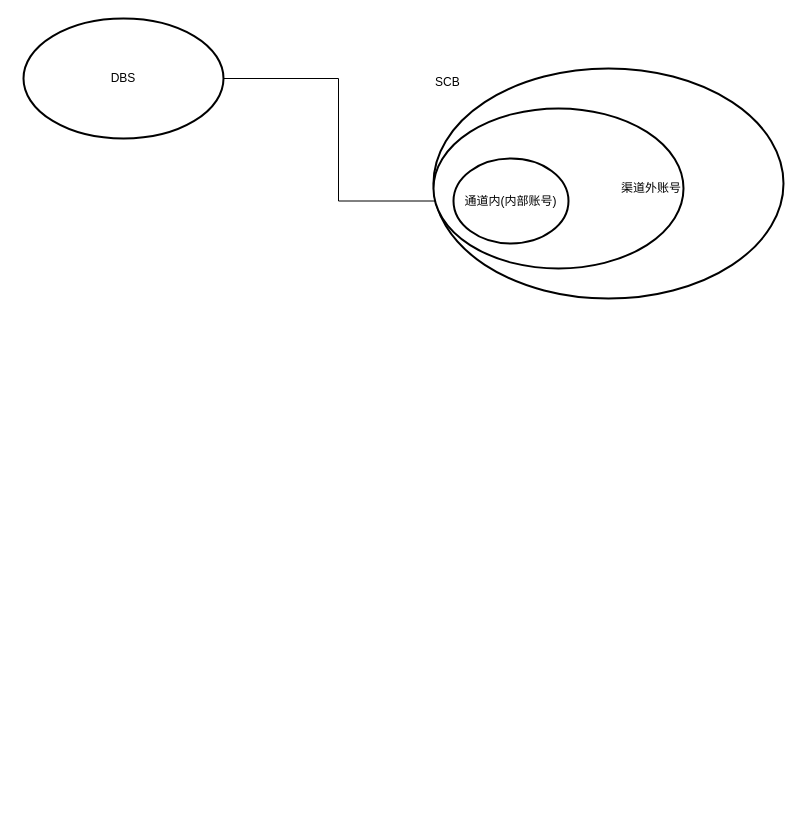
Earlier version of the draw.io diagram LLSI/支付通道付款路由.drawio (0573xieguojia/To-program). Source tidied: cells renumbered, new cells numbered last; positions are measured from the earlier drawing's top-left corner, leaving out a move shared by most shapes. Both pictures are drawn from the tidied source at 100%, with x=0, y=0 at pixel (23, 18).
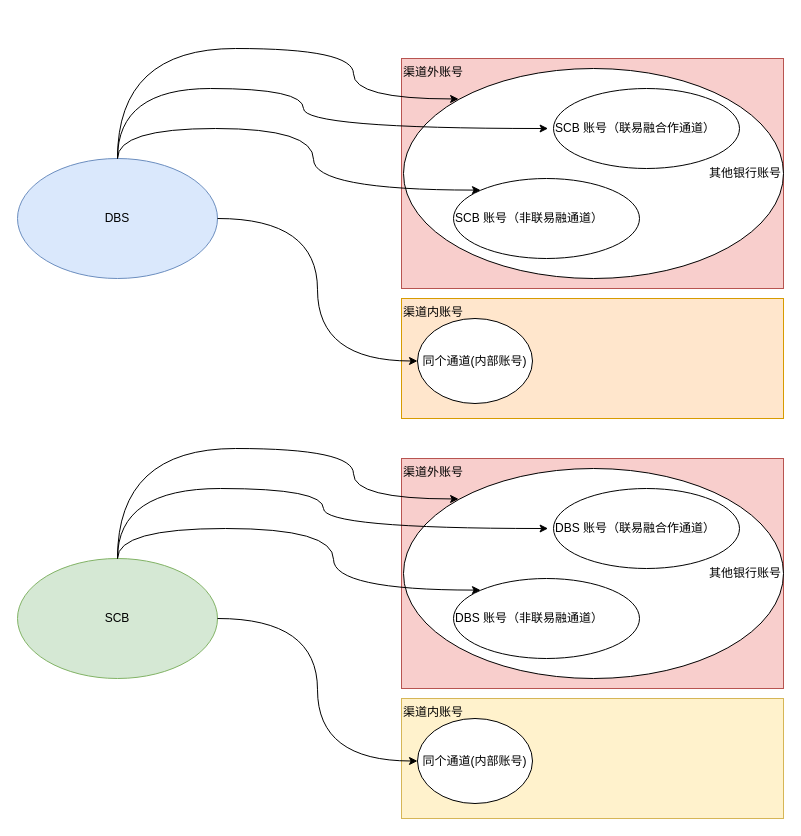
Above is the later version.

Commit message:
更新支付通道付款路由.drawio

What changed in the source:
```diff
@@
+    <mxCell id="7" value="渠道内账号" style="text;html=1;strokeColor=#d79b00;fillColor=#ffe6cc;align=left;verticalAlign=top;whiteSpace=wrap;rounded=0;strokeWidth=1;" parent="1" vertex="1">
+      <mxGeometry x="378" y="280" width="382" height="120" as="geometry" />
+    </mxCell>
+    <mxCell id="8" value="渠道外账号" style="text;html=1;strokeColor=#b85450;fillColor=#f8cecc;align=left;verticalAlign=top;whiteSpace=wrap;rounded=0;strokeWidth=1;" parent="1" vertex="1">
+      <mxGeometry x="378" y="40" width="382" height="230" as="geometry" />
+    </mxCell>
-    <mxCell id="2" value="SCB" style="strokeWidth=2;html=1;shape=mxgraph.flowchart.start_1;whiteSpace=wrap;align=left;horizontal=1;verticalAlign=top;" parent="1" vertex="1">
-      <mxGeometry x="410" y="50" width="350" height="230" as="geometry" />
+    <mxCell id="2" value="其他银行账号" style="strokeWidth=1;html=1;shape=mxgraph.flowchart.start_1;whiteSpace=wrap;align=right;horizontal=1;verticalAlign=middle;" parent="1" vertex="1">
+      <mxGeometry x="380" y="50" width="380" height="210" as="geometry" />
     </mxCell>
-    <mxCell id="3" style="edgeStyle=orthogonalEdgeStyle;rounded=0;jettySize=auto;html=1;entryX=0;entryY=0.5;entryDx=0;entryDy=0;entryPerimeter=0;" parent="1" edge="1" source="4" target="6">
-      <mxGeometry relative="1" as="geometry" />
-    </mxCell>
-    <mxCell id="4" value="DBS" style="strokeWidth=2;html=1;shape=mxgraph.flowchart.start_1;whiteSpace=wrap;align=center;horizontal=1;verticalAlign=middle;" parent="1" vertex="1">
-      <mxGeometry width="200" height="120" as="geometry" />
+    <mxCell id="4" value="DBS" style="strokeWidth=1;html=1;shape=mxgraph.flowchart.start_1;whiteSpace=wrap;align=center;horizontal=1;verticalAlign=middle;fillColor=#dae8fc;strokeColor=#6c8ebf;" parent="1" vertex="1">
+      <mxGeometry x="-6" y="140" width="200" height="120" as="geometry" />
     </mxCell>
-    <mxCell id="5" value="渠道外账号" style="strokeWidth=2;html=1;shape=mxgraph.flowchart.start_1;whiteSpace=wrap;align=right;" parent="1" vertex="1">
-      <mxGeometry x="410" y="90" width="250" height="160" as="geometry" />
+    <mxCell id="5" value="SCB 账号（联易融合作通道）" style="strokeWidth=1;html=1;shape=mxgraph.flowchart.start_1;whiteSpace=wrap;align=left;" parent="1" vertex="1">
+      <mxGeometry x="530" y="70" width="186" height="80" as="geometry" />
     </mxCell>
-    <mxCell id="6" value="通道内(内部账号)" style="strokeWidth=2;html=1;shape=mxgraph.flowchart.start_1;whiteSpace=wrap;" parent="1" vertex="1">
-      <mxGeometry x="430" y="140" width="115" height="85" as="geometry" />
+    <mxCell id="6" value="同个通道(内部账号)" style="strokeWidth=1;html=1;shape=mxgraph.flowchart.start_1;whiteSpace=wrap;" parent="1" vertex="1">
+      <mxGeometry x="394" y="300" width="115" height="85" as="geometry" />
     </mxCell>
+    <mxCell id="3" style="edgeStyle=orthogonalEdgeStyle;rounded=0;jettySize=auto;html=1;entryX=0;entryY=0.5;entryDx=0;entryDy=0;entryPerimeter=0;curved=1;strokeWidth=1;" parent="1" edge="1" source="4" target="6">
+      <mxGeometry relative="1" as="geometry" />
+    </mxCell>
+    <mxCell id="9" style="edgeStyle=orthogonalEdgeStyle;rounded=0;jettySize=auto;html=1;entryX=0.145;entryY=0.145;entryDx=0;entryDy=0;entryPerimeter=0;curved=1;exitX=0.5;exitY=0;exitDx=0;exitDy=0;exitPerimeter=0;strokeWidth=1;" parent="1" edge="1" source="4" target="2">
+      <mxGeometry relative="1" as="geometry">
+        <Array as="points">
+          <mxPoint x="94" y="30" />
+          <mxPoint x="330" y="30" />
+          <mxPoint x="330" y="80" />
+        </Array>
+      </mxGeometry>
+    </mxCell>
+    <mxCell id="10" style="edgeStyle=orthogonalEdgeStyle;rounded=0;jettySize=auto;html=1;entryX=-0.029;entryY=0.5;entryDx=0;entryDy=0;entryPerimeter=0;curved=1;exitX=0.5;exitY=0;exitDx=0;exitDy=0;exitPerimeter=0;strokeWidth=1;" parent="1" edge="1" source="4" target="5">
+      <mxGeometry relative="1" as="geometry">
+        <Array as="points">
+          <mxPoint x="94" y="70" />
+          <mxPoint x="280" y="70" />
+          <mxPoint x="280" y="110" />
+        </Array>
+      </mxGeometry>
+    </mxCell>
+    <mxCell id="11" value="SCB 账号（非联易融通道）" style="strokeWidth=1;html=1;shape=mxgraph.flowchart.start_1;whiteSpace=wrap;align=left;" parent="1" vertex="1">
+      <mxGeometry x="430" y="160" width="186" height="80" as="geometry" />
+    </mxCell>
+    <mxCell id="12" style="edgeStyle=orthogonalEdgeStyle;rounded=0;jettySize=auto;html=1;entryX=0.145;entryY=0.145;entryDx=0;entryDy=0;entryPerimeter=0;curved=1;exitX=0.5;exitY=0;exitDx=0;exitDy=0;exitPerimeter=0;strokeWidth=1;" parent="1" edge="1" source="4" target="11">
+      <mxGeometry relative="1" as="geometry">
+        <Array as="points">
+          <mxPoint x="94" y="110" />
+          <mxPoint x="290" y="110" />
+          <mxPoint x="290" y="172" />
+        </Array>
+      </mxGeometry>
+    </mxCell>
+    <mxCell id="13" value="渠道内账号" style="text;html=1;strokeColor=#d6b656;fillColor=#fff2cc;align=left;verticalAlign=top;whiteSpace=wrap;rounded=0;strokeWidth=1;" parent="1" vertex="1">
+      <mxGeometry x="378" y="680" width="382" height="120" as="geometry" />
+    </mxCell>
+    <mxCell id="14" value="渠道外账号" style="text;html=1;strokeColor=#b85450;fillColor=#f8cecc;align=left;verticalAlign=top;whiteSpace=wrap;rounded=0;strokeWidth=1;" parent="1" vertex="1">
+      <mxGeometry x="378" y="440" width="382" height="230" as="geometry" />
+    </mxCell>
+    <mxCell id="15" value="其他银行账号" style="strokeWidth=1;html=1;shape=mxgraph.flowchart.start_1;whiteSpace=wrap;align=right;horizontal=1;verticalAlign=middle;" parent="1" vertex="1">
+      <mxGeometry x="380" y="450" width="380" height="210" as="geometry" />
+    </mxCell>
+    <mxCell id="16" value="SCB" style="strokeWidth=1;html=1;shape=mxgraph.flowchart.start_1;whiteSpace=wrap;align=center;horizontal=1;verticalAlign=middle;fillColor=#d5e8d4;strokeColor=#82b366;" parent="1" vertex="1">
+      <mxGeometry x="-6" y="540" width="200" height="120" as="geometry" />
+    </mxCell>
+    <mxCell id="17" value="DBS 账号（联易融合作通道）" style="strokeWidth=1;html=1;shape=mxgraph.flowchart.start_1;whiteSpace=wrap;align=left;" parent="1" vertex="1">
+      <mxGeometry x="530" y="470" width="186" height="80" as="geometry" />
+    </mxCell>
+    <mxCell id="18" value="同个通道(内部账号)" style="strokeWidth=1;html=1;shape=mxgraph.flowchart.start_1;whiteSpace=wrap;" parent="1" vertex="1">
+      <mxGeometry x="394" y="700" width="115" height="85" as="geometry" />
+    </mxCell>
+    <mxCell id="19" style="edgeStyle=orthogonalEdgeStyle;rounded=0;jettySize=auto;html=1;entryX=0;entryY=0.5;entryDx=0;entryDy=0;entryPerimeter=0;curved=1;strokeWidth=1;" parent="1" edge="1" source="16" target="18">
+      <mxGeometry relative="1" as="geometry" />
+    </mxCell>
+    <mxCell id="20" style="edgeStyle=orthogonalEdgeStyle;rounded=0;jettySize=auto;html=1;entryX=0.145;entryY=0.145;entryDx=0;entryDy=0;entryPerimeter=0;curved=1;exitX=0.5;exitY=0;exitDx=0;exitDy=0;exitPerimeter=0;strokeWidth=1;" parent="1" edge="1" source="16" target="15">
+      <mxGeometry relative="1" as="geometry">
+        <Array as="points">
+          <mxPoint x="94" y="430" />
+          <mxPoint x="330" y="430" />
+          <mxPoint x="330" y="480" />
+        </Array>
+      </mxGeometry>
+    </mxCell>
+    <mxCell id="21" style="edgeStyle=orthogonalEdgeStyle;rounded=0;jettySize=auto;html=1;entryX=-0.029;entryY=0.5;entryDx=0;entryDy=0;entryPerimeter=0;curved=1;exitX=0.5;exitY=0;exitDx=0;exitDy=0;exitPerimeter=0;strokeWidth=1;" parent="1" edge="1" source="16" target="17">
+      <mxGeometry relative="1" as="geometry">
+        <Array as="points">
+          <mxPoint x="94" y="470" />
+          <mxPoint x="300" y="470" />
+          <mxPoint x="300" y="510" />
+        </Array>
+      </mxGeometry>
+    </mxCell>
+    <mxCell id="22" value="DBS&amp;nbsp;账号（非联易融通道）" style="strokeWidth=1;html=1;shape=mxgraph.flowchart.start_1;whiteSpace=wrap;align=left;" parent="1" vertex="1">
+      <mxGeometry x="430" y="560" width="186" height="80" as="geometry" />
+    </mxCell>
+    <mxCell id="23" style="edgeStyle=orthogonalEdgeStyle;rounded=0;jettySize=auto;html=1;entryX=0.145;entryY=0.145;entryDx=0;entryDy=0;entryPerimeter=0;curved=1;exitX=0.5;exitY=0;exitDx=0;exitDy=0;exitPerimeter=0;strokeWidth=1;" parent="1" edge="1" source="16" target="22">
+      <mxGeometry relative="1" as="geometry">
+        <Array as="points">
+          <mxPoint x="94" y="510" />
+          <mxPoint x="310" y="510" />
+          <mxPoint x="310" y="572" />
+        </Array>
+      </mxGeometry>
+    </mxCell>
```
